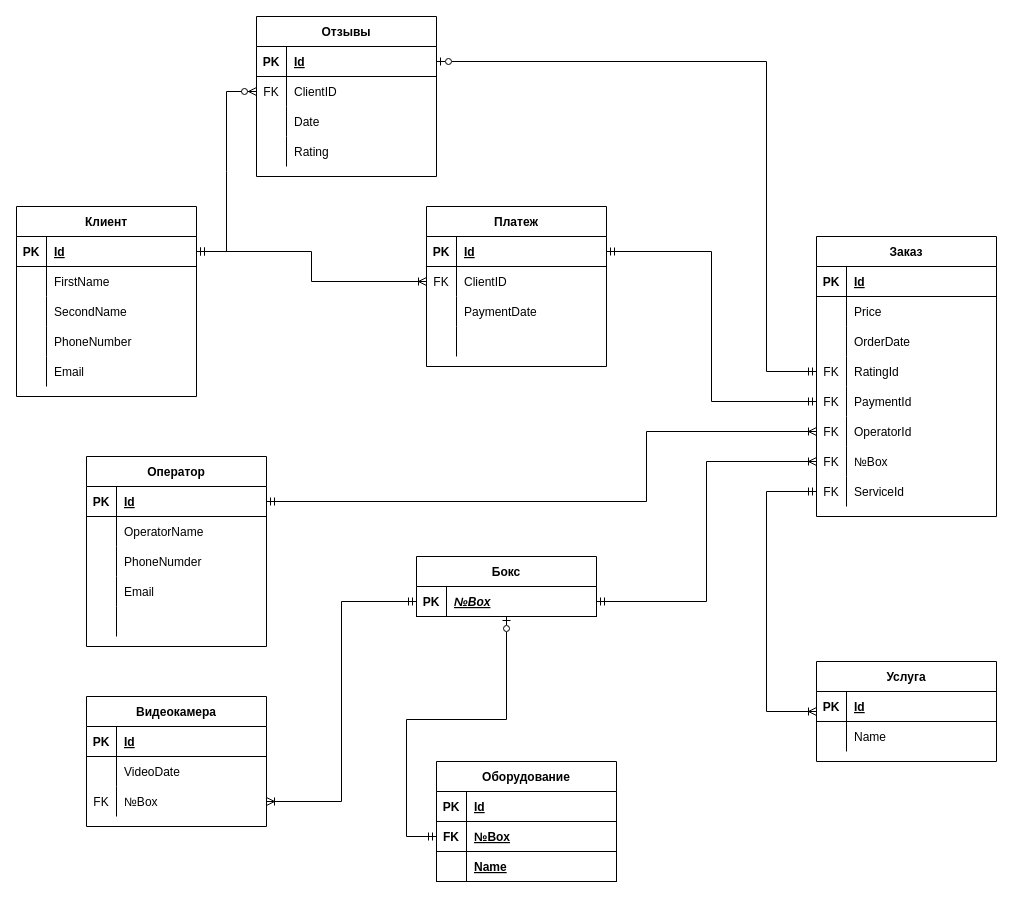
Before: page "ERD" (3 of 4) of Diagram_1.drawio in vitaliyepikhin/Automated-Car-Wash, a draw.io diagram. Source tidied: cells renumbered, new cells numbered last; positions are measured from the earlier drawing's top-left corner, leaving out a move shared by most shapes. Both pictures are drawn from the tidied source at 100%, with x=0, y=0 at pixel (16, 16).
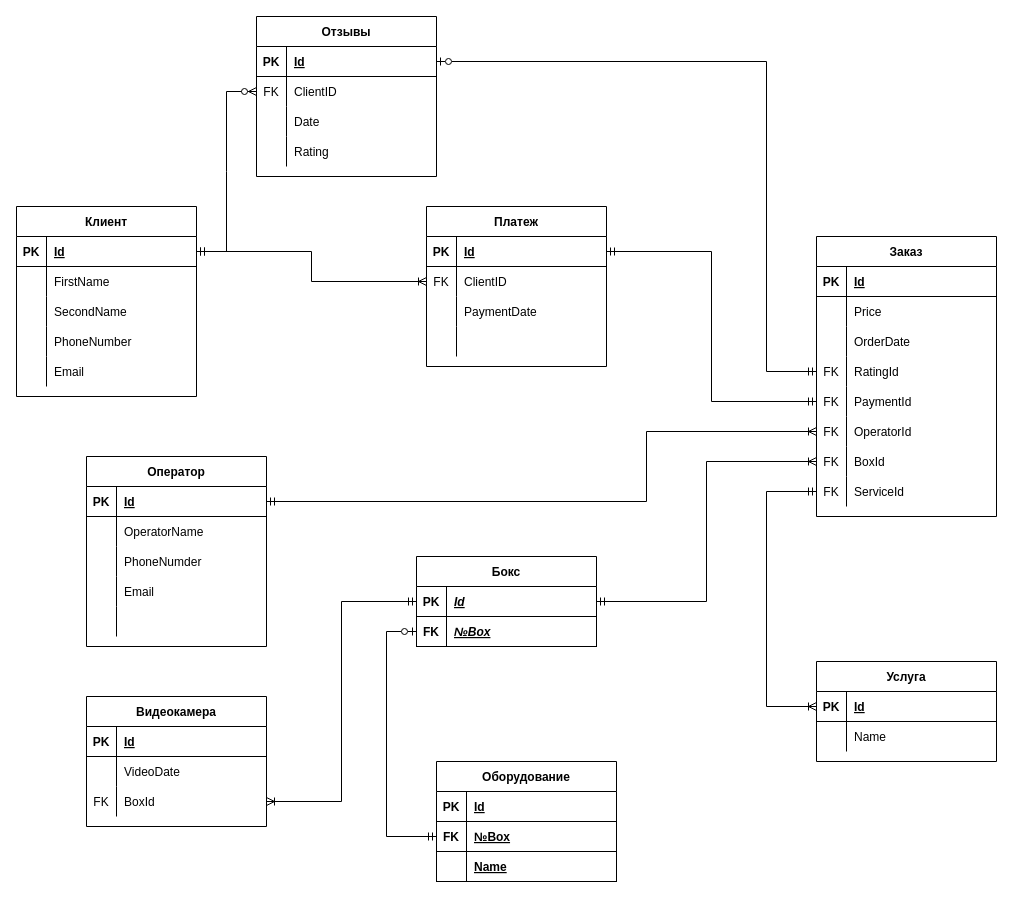
The same diagram, later.

Unchanged cells that the change refers to:
```xml
<mxCell id="66" style="shape=partialRectangle;fillColor=none;top=0;left=0;bottom=0;right=0;points=[[0,0.5],[1,0.5]];portConstraint=eastwest;" parent="47" vertex="1">
  <mxGeometry y="210" width="180" height="30" as="geometry" />
</mxCell>
<mxCell id="69" style="shape=partialRectangle;fillColor=none;top=0;left=0;bottom=0;right=0;points=[[0,0.5],[1,0.5]];portConstraint=eastwest;" parent="47" vertex="1">
  <mxGeometry y="240" width="180" height="30" as="geometry" />
</mxCell>
<mxCell id="72" value="Услуга" style="shape=table;startSize=30;childLayout=tableLayout;rowLines=0;fontStyle=1;align=center;" parent="1" vertex="1">
  <mxGeometry x="800" y="645" width="180" height="100" as="geometry" />
</mxCell>
<mxCell id="86" style="shape=partialRectangle;fillColor=none;top=0;left=0;bottom=0;right=0;points=[[0,0.5],[1,0.5]];portConstraint=eastwest;" parent="79" vertex="1">
  <mxGeometry y="90" width="180" height="30" as="geometry" />
</mxCell>
<mxCell id="109" style="shape=partialRectangle;fillColor=none;top=0;left=0;bottom=1;right=0;points=[[0,0.5],[1,0.5]];portConstraint=eastwest;" parent="108" vertex="1">
  <mxGeometry y="30" width="180" height="30" as="geometry" />
</mxCell>
<mxCell id="118" style="shape=partialRectangle;fillColor=none;top=0;left=0;bottom=1;right=0;points=[[0,0.5],[1,0.5]];portConstraint=eastwest;" parent="114" vertex="1">
  <mxGeometry y="60" width="180" height="30" as="geometry" />
</mxCell>
```

The edit, as a diff of the source:
```diff
@@
-    <mxCell id="68" value="№Box" style="shape=partialRectangle;fillColor=none;top=0;left=0;bottom=0;right=0;align=left;spacingLeft=6;overflow=hidden;" parent="66" vertex="1">
+    <mxCell id="68" value="BoxId" style="shape=partialRectangle;fillColor=none;top=0;left=0;bottom=0;right=0;align=left;spacingLeft=6;overflow=hidden;" parent="66" vertex="1">
       <mxGeometry x="30" width="150" height="30" as="geometry" />
     </mxCell>
@@
-    <mxCell id="88" value="№Box" style="shape=partialRectangle;fillColor=none;top=0;left=0;bottom=0;right=0;align=left;spacingLeft=6;overflow=hidden;" parent="86" vertex="1">
+    <mxCell id="88" value="BoxId" style="shape=partialRectangle;fillColor=none;top=0;left=0;bottom=0;right=0;align=left;spacingLeft=6;overflow=hidden;" parent="86" vertex="1">
       <mxGeometry x="30" width="150" height="30" as="geometry" />
     </mxCell>
@@
-    <mxCell id="92" style="edgeStyle=orthogonalEdgeStyle;fontSize=12;html=1;endArrow=ERmandOne;startArrow=ERoneToMany;rounded=0;entryX=0;entryY=0.5;entryDx=0;entryDy=0;fillColor=#ffe6cc;strokeColor=#000000;endFill=0;" parent="1" edge="1" source="72" target="69">
+    <mxCell id="92" style="edgeStyle=orthogonalEdgeStyle;fontSize=12;html=1;endArrow=ERmandOne;startArrow=ERoneToMany;rounded=0;entryX=0;entryY=0.5;entryDx=0;entryDy=0;fillColor=#ffe6cc;strokeColor=#000000;endFill=0;" parent="1" edge="1" target="69">
       <mxGeometry relative="1" as="geometry">
+        <mxPoint x="800" y="690" as="sourcePoint" />
         <Array as="points">
           <mxPoint x="750" y="475" />
         </Array>
       </mxGeometry>
     </mxCell>
@@
     <mxCell id="108" value="Бокс" style="shape=table;startSize=30;childLayout=tableLayout;rowLines=0;fontStyle=1;align=center;fillColor=#FFFFFF;strokeColor=#000000;" parent="1" vertex="1">
-      <mxGeometry x="400" y="540" width="180" height="60" as="geometry" />
+      <mxGeometry x="400" y="540" width="180" height="90" as="geometry" />
     </mxCell>
@@
-    <mxCell id="111" value="№Box" style="shape=partialRectangle;fillColor=none;top=0;left=0;bottom=0;right=0;align=left;spacingLeft=6;fontStyle=7;overflow=hidden;" parent="109" vertex="1">
+    <mxCell id="111" value="Id" style="shape=partialRectangle;fillColor=none;top=0;left=0;bottom=0;right=0;align=left;spacingLeft=6;fontStyle=7;overflow=hidden;" parent="109" vertex="1">
       <mxGeometry x="30" width="150" height="30" as="geometry" />
     </mxCell>
+    <mxCell id="125" style="shape=partialRectangle;fillColor=none;top=0;left=0;bottom=1;right=0;points=[[0,0.5],[1,0.5]];portConstraint=eastwest;" parent="108" vertex="1">
+      <mxGeometry y="60" width="180" height="30" as="geometry" />
+    </mxCell>
+    <mxCell id="126" value="FK" style="shape=partialRectangle;fillColor=none;top=0;left=0;bottom=0;right=0;fontStyle=1;overflow=hidden;" parent="125" vertex="1">
+      <mxGeometry width="30" height="30" as="geometry" />
+    </mxCell>
+    <mxCell id="127" value="№Box" style="shape=partialRectangle;fillColor=none;top=0;left=0;bottom=0;right=0;align=left;spacingLeft=6;fontStyle=7;overflow=hidden;" parent="125" vertex="1">
+      <mxGeometry x="30" width="150" height="30" as="geometry" />
+    </mxCell>
-    <mxCell id="112" style="edgeStyle=orthogonalEdgeStyle;rounded=0;jettySize=auto;html=1;entryX=0;entryY=0.5;entryDx=0;entryDy=0;startArrow=ERmandOne;startFill=0;endArrow=ERoneToMany;endFill=0;strokeColor=#000000;" parent="1" edge="1" source="109" target="66">
+    <mxCell id="112" style="edgeStyle=orthogonalEdgeStyle;rounded=0;jettySize=auto;html=1;entryX=0;entryY=0.5;entryDx=0;entryDy=0;startArrow=ERmandOne;startFill=0;endArrow=ERoneToMany;endFill=0;strokeColor=#000000;exitX=1;exitY=0.5;exitDx=0;exitDy=0;" parent="1" edge="1" source="109" target="66">
       <mxGeometry relative="1" as="geometry" />
     </mxCell>
@@
-    <mxCell id="124" style="edgeStyle=orthogonalEdgeStyle;fontSize=12;html=1;endArrow=ERmandOne;startArrow=ERzeroToOne;rounded=0;startFill=0;endFill=0;fillColor=#f8cecc;strokeColor=#000000;entryX=0;entryY=0.5;entryDx=0;entryDy=0;" parent="1" edge="1" source="108" target="118">
+    <mxCell id="124" style="edgeStyle=orthogonalEdgeStyle;fontSize=12;html=1;endArrow=ERmandOne;startArrow=ERzeroToOne;rounded=0;startFill=0;endFill=0;fillColor=#f8cecc;strokeColor=#000000;entryX=0;entryY=0.5;entryDx=0;entryDy=0;exitX=0;exitY=0.5;exitDx=0;exitDy=0;" parent="1" edge="1" source="125" target="118">
       <mxGeometry relative="1" as="geometry">
         <Array as="points">
-          <mxPoint x="490" y="703" />
-          <mxPoint x="390" y="703" />
-          <mxPoint x="390" y="820" />
+          <mxPoint x="370" y="615" />
+          <mxPoint x="370" y="820" />
         </Array>
       </mxGeometry>
     </mxCell>
```
